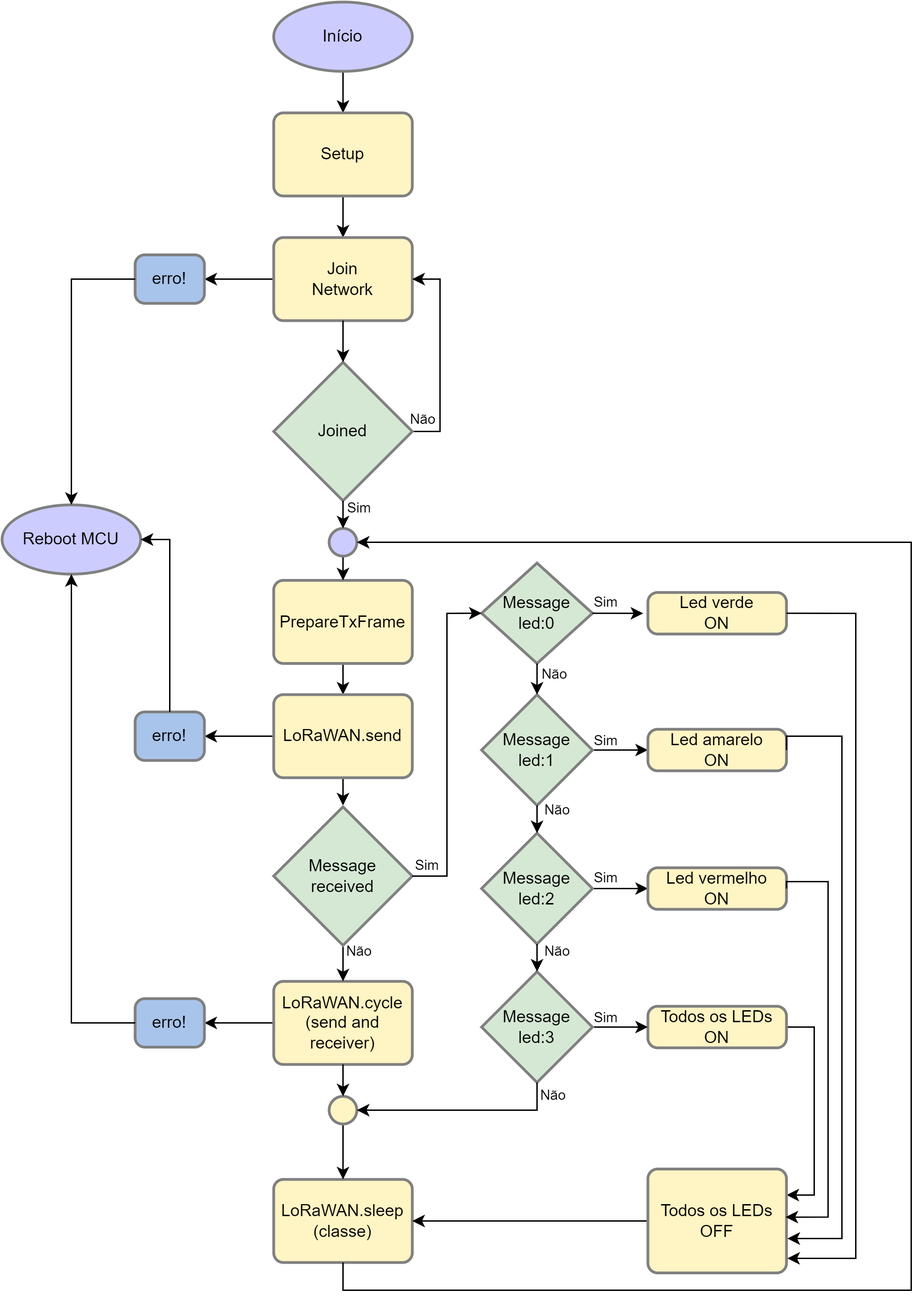
Earlier version of the draw.io export prototipos_lorawan/end_device_classe_a/fluxograma_end_device_classe_a.png (rodrigorochapinto/ufsj_lorawan). Source tidied: cells renumbered, new cells last; positions are measured from the earlier drawing's top-left corner, leaving out a move shared by most shapes.
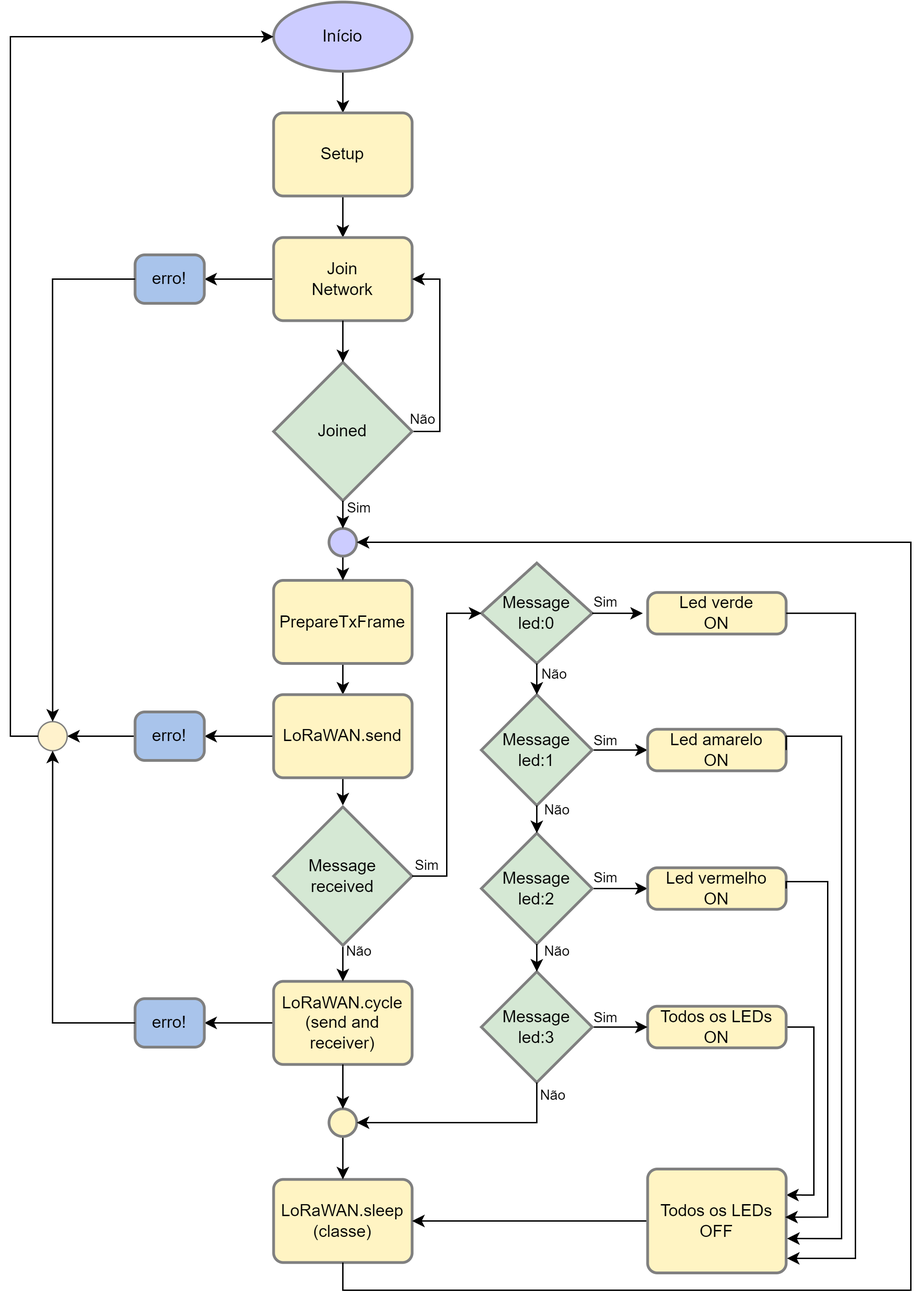
After the change.

Diff of the diagram source:
```diff
@@ -63,9 +63,6 @@
     <mxCell id="19" value="LoRaWAN.cycle&lt;div&gt;(send and receiver)&lt;/div&gt;" style="rounded=1;whiteSpace=wrap;html=1;absoluteArcSize=1;arcSize=14;strokeWidth=2;strokeColor=#808080;fillColor=#FFF4C3;" parent="1" vertex="1">
       <mxGeometry x="196" y="707" width="100" height="60" as="geometry" />
     </mxCell>
-    <mxCell id="20" value="Reboot MCU" style="strokeWidth=2;html=1;shape=mxgraph.flowchart.start_1;whiteSpace=wrap;fillColor=#CCCCFF;strokeColor=#808080;" parent="1" vertex="1">
-      <mxGeometry y="363" width="100" height="50" as="geometry" />
-    </mxCell>
     <mxCell id="21" value="LoRaWAN.sleep&lt;div&gt;(classe)&lt;/div&gt;" style="rounded=1;whiteSpace=wrap;html=1;absoluteArcSize=1;arcSize=14;strokeWidth=2;fillColor=#FFF4C3;strokeColor=#808080;" parent="1" vertex="1">
       <mxGeometry x="196" y="850" width="100" height="60" as="geometry" />
     </mxCell>
@@ -75,6 +72,9 @@
     <mxCell id="23" value="erro!" style="rounded=1;whiteSpace=wrap;html=1;absoluteArcSize=1;arcSize=14;strokeWidth=2;fillColor=#A9C4EB;strokeColor=#808080;" parent="1" vertex="1">
       <mxGeometry x="96" y="719.5" width="50" height="35" as="geometry" />
     </mxCell>
+    <mxCell id="70" style="edgeStyle=orthogonalEdgeStyle;rounded=0;jettySize=auto;html=1;" parent="1" edge="1" source="24" target="71">
+      <mxGeometry relative="1" as="geometry" />
+    </mxCell>
     <mxCell id="24" value="erro!" style="rounded=1;whiteSpace=wrap;html=1;absoluteArcSize=1;arcSize=14;strokeWidth=2;strokeColor=#808080;fillColor=#A9C4EB;" parent="1" vertex="1">
       <mxGeometry x="96" y="512.5" width="50" height="35" as="geometry" />
     </mxCell>
@@ -88,7 +88,7 @@
       <mxGeometry relative="1" as="geometry" />
     </mxCell>
     <mxCell id="28" style="strokeWidth=2;html=1;shape=mxgraph.flowchart.start_2;whiteSpace=wrap;fillColor=#FFF4C3;strokeColor=#808080;" parent="1" vertex="1">
-      <mxGeometry x="236" y="790" width="20" height="20" as="geometry" />
+      <mxGeometry x="236" y="799" width="20" height="20" as="geometry" />
     </mxCell>
     <mxCell id="29" value="Message&lt;div&gt;led:0&lt;/div&gt;" style="strokeWidth=2;html=1;shape=mxgraph.flowchart.decision;whiteSpace=wrap;fillColor=#D5E8D4;strokeColor=#808080;" parent="1" vertex="1">
       <mxGeometry x="346" y="405" width="80" height="72.5" as="geometry" />
@@ -177,9 +177,6 @@
     <mxCell id="50" style="edgeStyle=orthogonalEdgeStyle;rounded=0;jettySize=auto;html=1;exitX=1;exitY=0.5;exitDx=0;exitDy=0;exitPerimeter=0;entryX=-0.034;entryY=0.483;entryDx=0;entryDy=0;entryPerimeter=0;" parent="1" edge="1" source="29" target="36">
       <mxGeometry relative="1" as="geometry" />
     </mxCell>
-    <mxCell id="51" style="edgeStyle=orthogonalEdgeStyle;rounded=0;jettySize=auto;html=1;exitX=0;exitY=0.5;exitDx=0;exitDy=0;entryX=0.5;entryY=1;entryDx=0;entryDy=0;entryPerimeter=0;" parent="1" edge="1" source="23" target="20">
-      <mxGeometry relative="1" as="geometry" />
-    </mxCell>
     <mxCell id="52" value="&lt;font style=&quot;font-size: 10px;&quot;&gt;Sim&lt;/font&gt;" style="text;html=1;align=center;verticalAlign=middle;whiteSpace=wrap;rounded=0;" parent="1" vertex="1">
       <mxGeometry x="406" y="417.5" width="60" height="30" as="geometry" />
     </mxCell>
@@ -216,15 +213,9 @@
     <mxCell id="63" value="&lt;font style=&quot;font-size: 10px;&quot;&gt;Não&lt;/font&gt;" style="text;html=1;align=center;verticalAlign=middle;whiteSpace=wrap;rounded=0;" parent="1" vertex="1">
       <mxGeometry x="274" y="286" width="60" height="30" as="geometry" />
     </mxCell>
-    <mxCell id="64" style="edgeStyle=orthogonalEdgeStyle;rounded=0;jettySize=auto;html=1;exitX=0.5;exitY=0;exitDx=0;exitDy=0;entryX=1;entryY=0.5;entryDx=0;entryDy=0;entryPerimeter=0;" parent="1" edge="1" source="24" target="20">
-      <mxGeometry relative="1" as="geometry" />
-    </mxCell>
     <mxCell id="65" value="erro!" style="rounded=1;whiteSpace=wrap;html=1;absoluteArcSize=1;arcSize=14;strokeWidth=2;strokeColor=#808080;fillColor=#A9C4EB;" parent="1" vertex="1">
       <mxGeometry x="96" y="182.5" width="50" height="35" as="geometry" />
     </mxCell>
-    <mxCell id="66" style="edgeStyle=orthogonalEdgeStyle;rounded=0;jettySize=auto;html=1;exitX=0;exitY=0.5;exitDx=0;exitDy=0;entryX=0.5;entryY=0;entryDx=0;entryDy=0;entryPerimeter=0;" parent="1" edge="1" source="65" target="20">
-      <mxGeometry relative="1" as="geometry" />
-    </mxCell>
     <mxCell id="67" style="edgeStyle=orthogonalEdgeStyle;rounded=0;jettySize=auto;html=1;exitX=1;exitY=0.5;exitDx=0;exitDy=0;exitPerimeter=0;entryX=0;entryY=0.5;entryDx=0;entryDy=0;entryPerimeter=0;" parent="1" edge="1" source="26" target="29">
       <mxGeometry relative="1" as="geometry" />
     </mxCell>
@@ -234,5 +225,17 @@
     <mxCell id="69" style="edgeStyle=orthogonalEdgeStyle;rounded=0;jettySize=auto;html=1;exitX=0.5;exitY=1;exitDx=0;exitDy=0;exitPerimeter=0;entryX=0.5;entryY=0;entryDx=0;entryDy=0;entryPerimeter=0;" parent="1" edge="1" source="33" target="44">
       <mxGeometry relative="1" as="geometry" />
     </mxCell>
+    <mxCell id="71" style="verticalLabelPosition=bottom;verticalAlign=top;html=1;shape=mxgraph.flowchart.on-page_reference;fillColor=#fff2cc;strokeColor=#808080;" parent="1" vertex="1">
+      <mxGeometry x="26" y="519.5" width="21" height="21" as="geometry" />
+    </mxCell>
+    <mxCell id="72" style="edgeStyle=orthogonalEdgeStyle;rounded=0;jettySize=auto;html=1;exitX=0;exitY=0.5;exitDx=0;exitDy=0;entryX=0.5;entryY=1;entryDx=0;entryDy=0;entryPerimeter=0;" parent="1" edge="1" source="23" target="71">
+      <mxGeometry relative="1" as="geometry" />
+    </mxCell>
+    <mxCell id="73" style="edgeStyle=orthogonalEdgeStyle;rounded=0;jettySize=auto;html=1;exitX=0;exitY=0.5;exitDx=0;exitDy=0;entryX=0.5;entryY=0;entryDx=0;entryDy=0;entryPerimeter=0;" parent="1" edge="1" source="65" target="71">
+      <mxGeometry relative="1" as="geometry" />
+    </mxCell>
+    <mxCell id="74" style="edgeStyle=orthogonalEdgeStyle;rounded=0;jettySize=auto;html=1;exitX=0;exitY=0.5;exitDx=0;exitDy=0;exitPerimeter=0;entryX=0;entryY=0.5;entryDx=0;entryDy=0;entryPerimeter=0;" parent="1" edge="1" source="71" target="3">
+      <mxGeometry relative="1" as="geometry" />
+    </mxCell>
   </root>
 </mxGraphModel>
```
